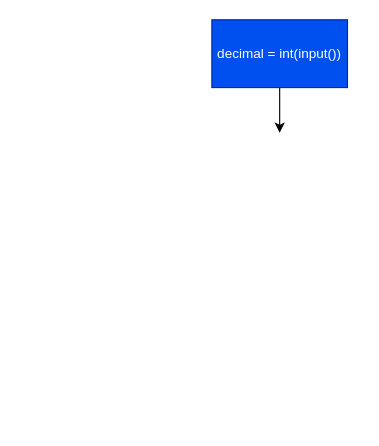
This is Draw.drawio from ipivanparra/AD-4-3, a draw.io file, before an edit. Source tidied: cells renumbered, new cells numbered last; positions are measured from the earlier drawing's top-left corner, leaving out a move shared by most shapes. Both pictures are drawn from the tidied source at 113%, with x=0, y=0 at pixel (211, 19).
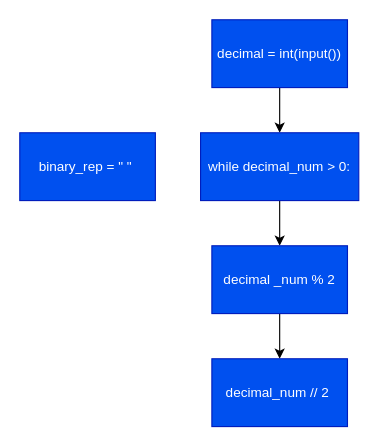
The same diagram, later.

Change to the diagram source:
```diff
@@
 <mxGraphModel>
   <root>
     <mxCell id="0" />
     <mxCell id="1" parent="0" />
     <mxCell id="2" style="edgeStyle=none;html=1;exitX=0.5;exitY=1;exitDx=0;exitDy=0;" parent="1" edge="1" source="3">
       <mxGeometry relative="1" as="geometry">
         <mxPoint x="60" y="100" as="targetPoint" />
       </mxGeometry>
     </mxCell>
     <mxCell id="3" value="decimal = int(input())" style="rounded=0;whiteSpace=wrap;html=1;fillColor=#0050ef;fontColor=#ffffff;strokeColor=#001DBC;" parent="1" vertex="1">
       <mxGeometry width="120" height="60" as="geometry" />
     </mxCell>
+    <mxCell id="4" style="edgeStyle=none;html=1;exitX=0.5;exitY=1;exitDx=0;exitDy=0;" parent="1" edge="1" source="5">
+      <mxGeometry relative="1" as="geometry">
+        <mxPoint x="60" y="200" as="targetPoint" />
+      </mxGeometry>
+    </mxCell>
+    <mxCell id="5" value="while decimal_num &amp;gt; 0:" style="rounded=0;whiteSpace=wrap;html=1;fillColor=#0050ef;fontColor=#ffffff;strokeColor=#001DBC;" parent="1" vertex="1">
+      <mxGeometry x="-10" y="100" width="140" height="60" as="geometry" />
+    </mxCell>
+    <mxCell id="6" value="binary_rep = &quot; &quot;&amp;nbsp;" style="rounded=0;whiteSpace=wrap;html=1;fillColor=#0050ef;fontColor=#ffffff;strokeColor=#001DBC;" parent="1" vertex="1">
+      <mxGeometry x="-170" y="100" width="120" height="60" as="geometry" />
+    </mxCell>
+    <mxCell id="7" style="edgeStyle=none;html=1;exitX=0.5;exitY=1;exitDx=0;exitDy=0;" parent="1" edge="1" source="8">
+      <mxGeometry relative="1" as="geometry">
+        <mxPoint x="60" y="300" as="targetPoint" />
+      </mxGeometry>
+    </mxCell>
+    <mxCell id="8" value="decimal _num % 2" style="rounded=0;whiteSpace=wrap;html=1;fillColor=#0050ef;fontColor=#ffffff;strokeColor=#001DBC;" parent="1" vertex="1">
+      <mxGeometry y="200" width="120" height="60" as="geometry" />
+    </mxCell>
+    <mxCell id="9" value="decimal_num // 2&amp;nbsp;" style="rounded=0;whiteSpace=wrap;html=1;fillColor=#0050ef;fontColor=#ffffff;strokeColor=#001DBC;" parent="1" vertex="1">
+      <mxGeometry y="300" width="120" height="60" as="geometry" />
+    </mxCell>
   </root>
 </mxGraphModel>
```
